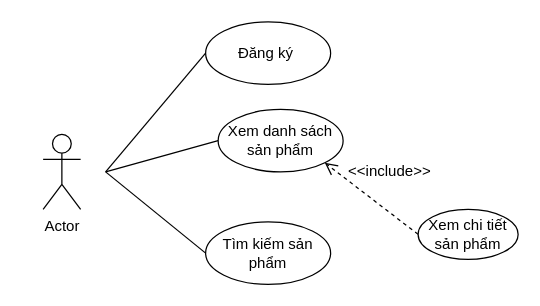
Earlier version of the draw.io diagram page "Chức năng khách hàng không có tài khoản" (5 of 21) of Diagram for assign.drawio (khanh8603/khanh8603). Source tidied: cells renumbered, new cells numbered last; positions are measured from the earlier drawing's top-left corner, leaving out a move shared by most shapes. Both pictures are drawn from the tidied source at 125%, with x=0, y=0 at pixel (42, 21).
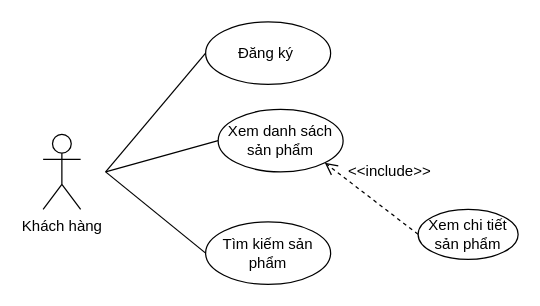
The same page after the edit.

Change to the diagram source:
```diff
@@
 <mxGraphModel>
   <root>
     <mxCell id="0" />
     <mxCell id="1" parent="0" />
-    <mxCell id="2" value="Actor" style="shape=umlActor;verticalLabelPosition=bottom;verticalAlign=top;html=1;" parent="1" vertex="1">
+    <mxCell id="2" value="Khách hàng" style="shape=umlActor;verticalLabelPosition=bottom;verticalAlign=top;html=1;" parent="1" vertex="1">
       <mxGeometry y="90" width="30" height="60" as="geometry" />
     </mxCell>
     <mxCell id="3" value="Đăng ký&amp;nbsp;" style="ellipse;whiteSpace=wrap;html=1;" parent="1" vertex="1">
       <mxGeometry x="130" width="100" height="50" as="geometry" />
     </mxCell>
     <mxCell id="4" value="Xem danh sách sản phẩm" style="ellipse;whiteSpace=wrap;html=1;" parent="1" vertex="1">
       <mxGeometry x="140" y="70" width="100" height="50" as="geometry" />
     </mxCell>
     <mxCell id="5" value="Xem chi tiết sản phẩm" style="ellipse;whiteSpace=wrap;html=1;" parent="1" vertex="1">
       <mxGeometry x="300" y="150" width="80" height="40" as="geometry" />
     </mxCell>
     <mxCell id="6" value="Tìm kiếm sản phẩm" style="ellipse;whiteSpace=wrap;html=1;" parent="1" vertex="1">
       <mxGeometry x="130" y="160" width="100" height="50" as="geometry" />
     </mxCell>
     <mxCell id="7" style="html=1;verticalAlign=bottom;endArrow=open;dashed=1;endSize=8;curved=0;rounded=0;exitX=0;exitY=0.5;exitDx=0;exitDy=0;entryX=1;entryY=1;entryDx=0;entryDy=0;" parent="1" edge="1" source="5" target="4">
       <mxGeometry relative="1" as="geometry" />
     </mxCell>
     <mxCell id="8" value="&amp;lt;&amp;lt;include&amp;gt;&amp;gt;" style="text;html=1;strokeColor=none;fillColor=none;align=center;verticalAlign=middle;whiteSpace=wrap;rounded=0;" parent="1" vertex="1">
       <mxGeometry x="255" y="115" width="45" height="10" as="geometry" />
     </mxCell>
     <mxCell id="9" style="endArrow=none;html=1;rounded=0;entryX=0;entryY=0.5;entryDx=0;entryDy=0;" parent="1" edge="1" target="3">
       <mxGeometry relative="1" as="geometry">
         <mxPoint x="50" y="120" as="sourcePoint" />
       </mxGeometry>
     </mxCell>
     <mxCell id="10" style="endArrow=none;html=1;rounded=0;entryX=0;entryY=0.5;entryDx=0;entryDy=0;" parent="1" edge="1" target="4">
       <mxGeometry relative="1" as="geometry">
         <mxPoint x="50" y="120" as="sourcePoint" />
       </mxGeometry>
     </mxCell>
     <mxCell id="11" style="endArrow=none;html=1;rounded=0;entryX=0;entryY=0.5;entryDx=0;entryDy=0;" parent="1" edge="1" target="6">
       <mxGeometry relative="1" as="geometry">
         <mxPoint x="50" y="120" as="sourcePoint" />
       </mxGeometry>
     </mxCell>
   </root>
 </mxGraphModel>
```
